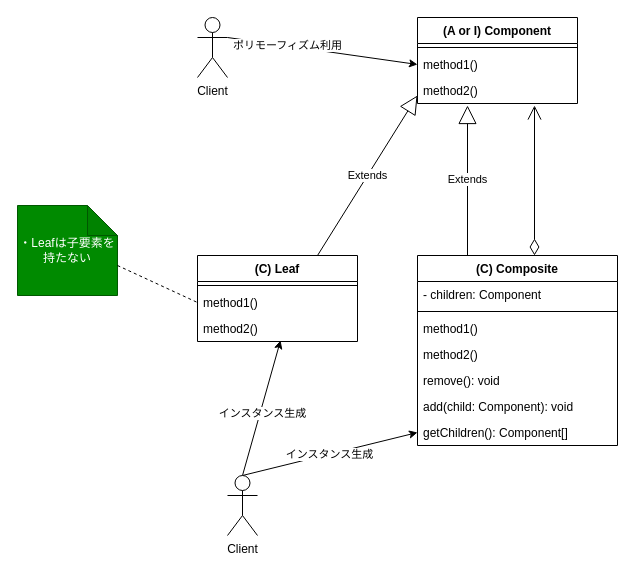
Before: 04-デザインパターン/構造/Composite/クラス図.drawio in bamboo-house/Good-Code, a draw.io diagram. Source tidied: cells renumbered, new cells numbered last; positions are measured from the earlier drawing's top-left corner, leaving out a move shared by most shapes. Both pictures are drawn from the tidied source at 100%, with x=0, y=0 at pixel (17, 17).
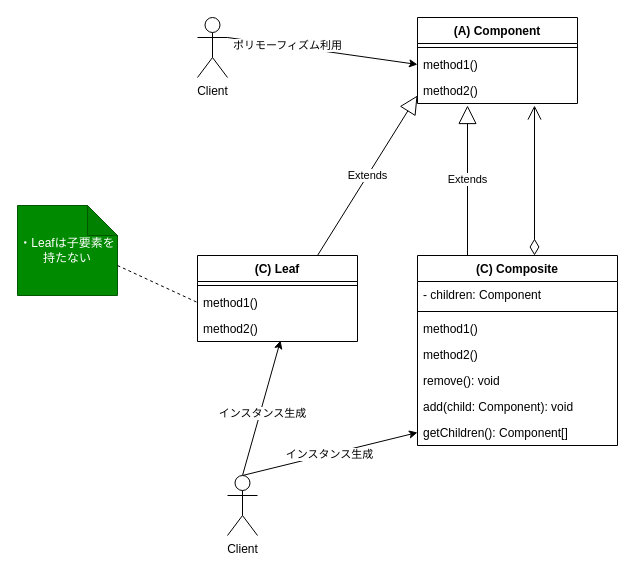
After the change.

Diff of the diagram source:
```diff
@@
-    <mxCell id="2" value="(A or I) Component" style="swimlane;fontStyle=1;align=center;verticalAlign=top;horizontal=1;startSize=26;" parent="1" vertex="1">
+    <mxCell id="2" value="(A) Component" style="swimlane;fontStyle=1;align=center;verticalAlign=top;horizontal=1;startSize=26;" parent="1" vertex="1">
       <mxGeometry x="400" width="160" height="86" as="geometry" />
     </mxCell>
```
